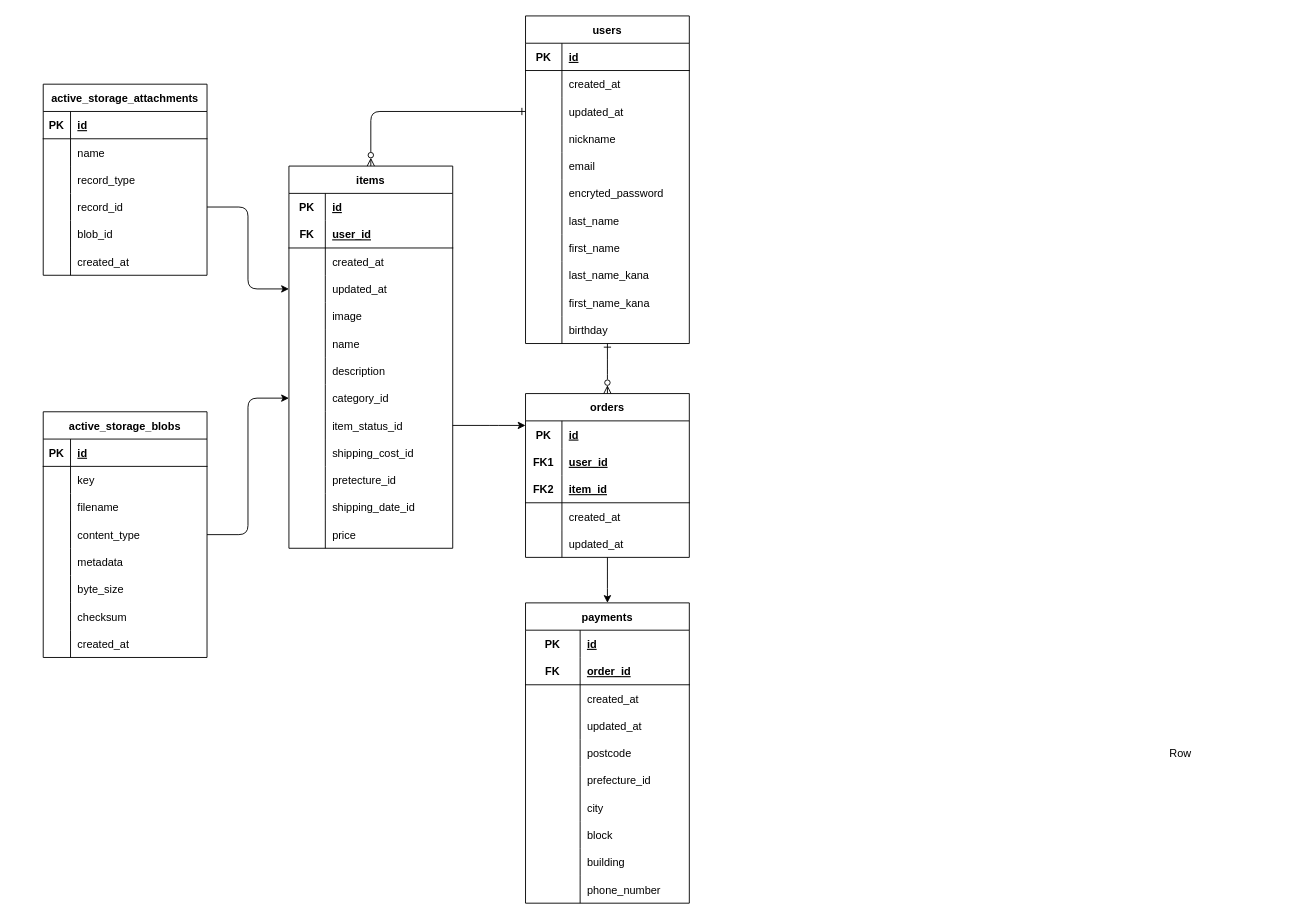
Above: furima.dio in claves1012/furima-40538 (draw.io), before the change. Source tidied: cells renumbered, new cells numbered last; positions are measured from the earlier drawing's top-left corner, leaving out a move shared by most shapes. Both pictures are drawn from the tidied source at 91%, with x=0, y=0 at pixel (43, 15).
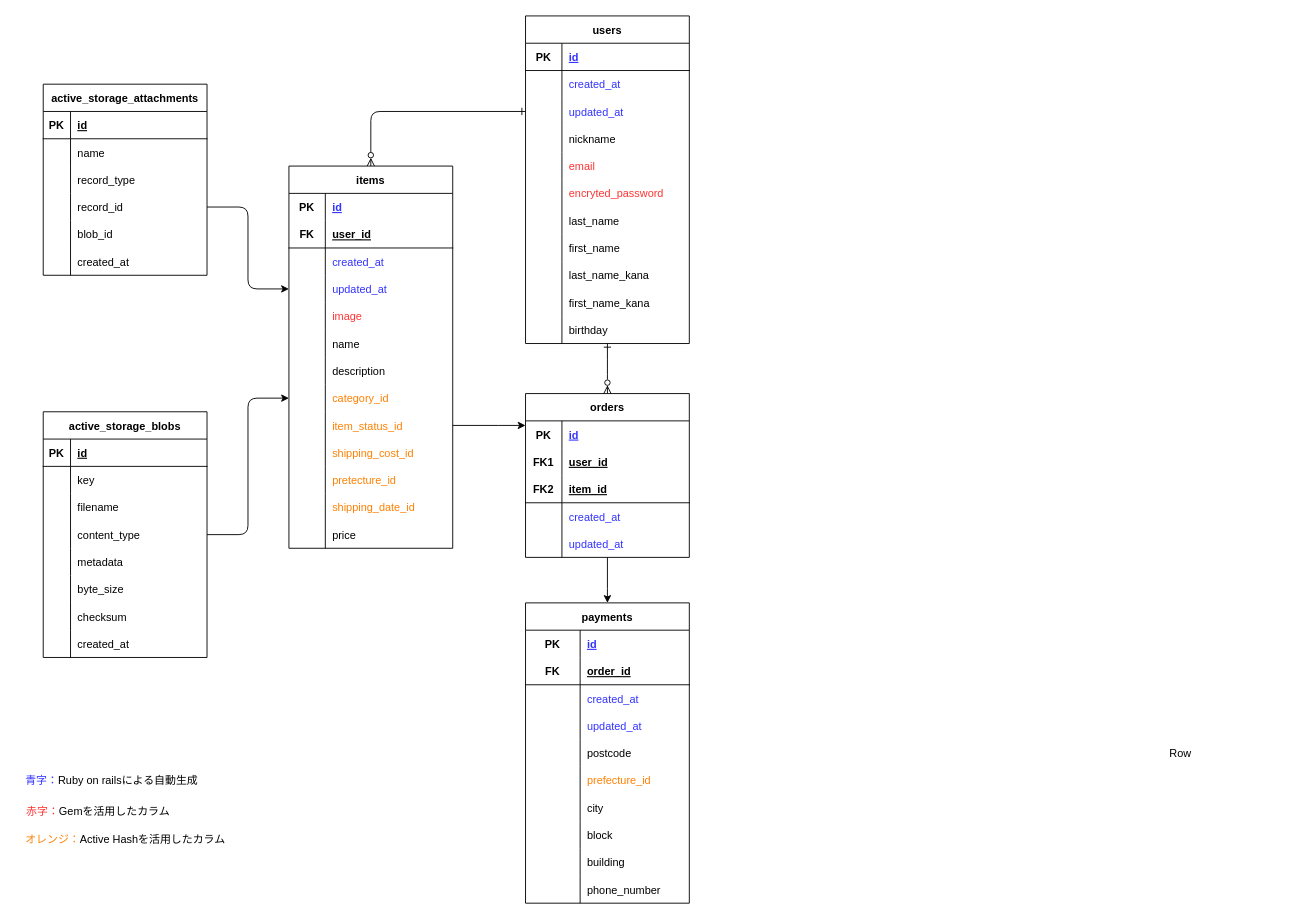
The same diagram, later.

Unchanged cells that the change refers to:
```xml
<mxCell id="3" style="shape=tableRow;horizontal=0;startSize=0;swimlaneHead=0;swimlaneBody=0;fillColor=none;top=0;left=0;right=0;bottom=0;strokeColor=default;" parent="2" vertex="1">
  <mxGeometry y="30" width="180" height="30" as="geometry" />
</mxCell>
<mxCell id="9" style="shape=tableRow;horizontal=0;startSize=0;swimlaneHead=0;swimlaneBody=0;fillColor=none;top=0;left=0;right=0;bottom=0;strokeColor=default;" parent="2" vertex="1">
  <mxGeometry y="90" width="180" height="30" as="geometry" />
</mxCell>
<mxCell id="12" style="shape=tableRow;horizontal=0;startSize=0;swimlaneHead=0;swimlaneBody=0;fillColor=none;points=[[0,0.5],[1,0.5]];portConstraint=eastwest;top=0;left=0;right=0;bottom=0;strokeColor=default;" parent="2" vertex="1">
  <mxGeometry y="120" width="180" height="30" as="geometry" />
</mxCell>
<mxCell id="15" style="shape=tableRow;horizontal=0;startSize=0;swimlaneHead=0;swimlaneBody=0;fillColor=none;top=0;left=0;right=0;bottom=0;strokeColor=default;" parent="2" vertex="1">
  <mxGeometry y="150" width="180" height="30" as="geometry" />
</mxCell>
<mxCell id="24" style="shape=tableRow;horizontal=0;startSize=0;swimlaneHead=0;swimlaneBody=0;fillColor=none;points=[[0,0.5],[1,0.5]];portConstraint=eastwest;top=0;left=0;right=0;bottom=0;strokeColor=default;" parent="2" vertex="1">
  <mxGeometry y="240" width="180" height="30" as="geometry" />
</mxCell>
<mxCell id="27" style="shape=tableRow;horizontal=0;startSize=0;swimlaneHead=0;swimlaneBody=0;fillColor=none;points=[[0,0.5],[1,0.5]];portConstraint=eastwest;top=0;left=0;right=0;bottom=0;strokeColor=default;" parent="2" vertex="1">
  <mxGeometry y="270" width="180" height="30" as="geometry" />
</mxCell>
<mxCell id="30" style="shape=tableRow;horizontal=0;startSize=0;swimlaneHead=0;swimlaneBody=0;fillColor=none;top=0;left=0;right=0;bottom=0;strokeColor=default;" parent="2" vertex="1">
  <mxGeometry y="300" width="180" height="30" as="geometry" />
</mxCell>
<mxCell id="33" style="shape=tableRow;horizontal=0;startSize=0;swimlaneHead=0;swimlaneBody=0;fillColor=none;top=0;left=0;right=0;bottom=0;strokeColor=default;" parent="2" vertex="1">
  <mxGeometry y="330" width="180" height="30" as="geometry" />
</mxCell>
<mxCell id="36" style="shape=tableRow;horizontal=0;startSize=0;swimlaneHead=0;swimlaneBody=0;fillColor=none;top=0;left=0;right=0;bottom=0;strokeColor=default;" parent="2" vertex="1">
  <mxGeometry y="360" width="180" height="30" as="geometry" />
</mxCell>
<mxCell id="45" style="shape=tableRow;horizontal=0;startSize=0;swimlaneHead=0;swimlaneBody=0;fillColor=none;top=0;left=0;right=0;bottom=1;strokeColor=default;" parent="44" vertex="1">
  <mxGeometry y="30" width="180" height="30" as="geometry" />
</mxCell>
<mxCell id="48" style="shape=tableRow;horizontal=0;startSize=0;swimlaneHead=0;swimlaneBody=0;fillColor=none;top=0;left=0;right=0;bottom=0;strokeColor=default;" parent="44" vertex="1">
  <mxGeometry y="60" width="180" height="30" as="geometry" />
</mxCell>
<mxCell id="51" style="shape=tableRow;horizontal=0;startSize=0;swimlaneHead=0;swimlaneBody=0;fillColor=none;points=[[0,0.5],[1,0.5]];portConstraint=eastwest;top=0;left=0;right=0;bottom=0;strokeColor=default;" parent="44" vertex="1">
  <mxGeometry y="90" width="180" height="30" as="geometry" />
</mxCell>
<mxCell id="57" style="shape=tableRow;horizontal=0;startSize=0;swimlaneHead=0;swimlaneBody=0;fillColor=none;top=0;left=0;right=0;bottom=0;strokeColor=default;" parent="44" vertex="1">
  <mxGeometry y="150" width="180" height="30" as="geometry" />
</mxCell>
<mxCell id="60" style="shape=tableRow;horizontal=0;startSize=0;swimlaneHead=0;swimlaneBody=0;fillColor=none;top=0;left=0;right=0;bottom=0;strokeColor=default;" parent="44" vertex="1">
  <mxGeometry y="180" width="180" height="30" as="geometry" />
</mxCell>
<mxCell id="79" style="shape=tableRow;horizontal=0;startSize=0;swimlaneHead=0;swimlaneBody=0;fillColor=none;top=0;left=0;right=0;bottom=1;strokeColor=none;" parent="78" vertex="1">
  <mxGeometry y="30" width="180" height="30" as="geometry" />
</mxCell>
<mxCell id="82" style="shape=tableRow;horizontal=0;startSize=0;swimlaneHead=0;swimlaneBody=0;fillColor=none;top=0;left=0;right=0;bottom=0;strokeColor=default;" parent="78" vertex="1">
  <mxGeometry y="60" width="180" height="30" as="geometry" />
</mxCell>
<mxCell id="88" style="shape=tableRow;horizontal=0;startSize=0;swimlaneHead=0;swimlaneBody=0;fillColor=none;top=0;left=0;right=0;bottom=0;strokeColor=default;" parent="78" vertex="1">
  <mxGeometry y="120" width="180" height="30" as="geometry" />
</mxCell>
<mxCell id="91" style="shape=tableRow;horizontal=0;startSize=0;swimlaneHead=0;swimlaneBody=0;fillColor=none;points=[[0,0.5],[1,0.5]];portConstraint=eastwest;top=0;left=0;right=0;bottom=0;strokeColor=default;" parent="78" vertex="1">
  <mxGeometry y="150" width="180" height="30" as="geometry" />
</mxCell>
<mxCell id="95" style="shape=tableRow;horizontal=0;startSize=0;swimlaneHead=0;swimlaneBody=0;fillColor=none;top=0;left=0;right=0;bottom=0;strokeColor=default;" parent="94" vertex="1">
  <mxGeometry y="30" width="180" height="30" as="geometry" />
</mxCell>
<mxCell id="101" style="shape=tableRow;horizontal=0;startSize=0;swimlaneHead=0;swimlaneBody=0;fillColor=none;top=0;left=0;right=0;bottom=0;strokeColor=default;" parent="94" vertex="1">
  <mxGeometry y="90" width="180" height="30" as="geometry" />
</mxCell>
<mxCell id="104" style="shape=tableRow;horizontal=0;startSize=0;swimlaneHead=0;swimlaneBody=0;fillColor=none;top=0;left=0;right=0;bottom=0;strokeColor=default;" parent="94" vertex="1">
  <mxGeometry y="120" width="180" height="30" as="geometry" />
</mxCell>
<mxCell id="110" style="shape=tableRow;horizontal=0;startSize=0;swimlaneHead=0;swimlaneBody=0;fillColor=none;top=0;left=0;right=0;bottom=0;strokeColor=default;" parent="94" vertex="1">
  <mxGeometry y="180" width="180" height="30" as="geometry" />
</mxCell>
```

What changed in the source:
```diff
@@
-    <mxCell id="5" value="id" style="shape=partialRectangle;fillColor=none;top=0;left=0;bottom=0;right=0;align=left;spacingLeft=6;fontStyle=5;overflow=hidden;strokeColor=default;" parent="3" vertex="1">
+    <mxCell id="5" value="id" style="shape=partialRectangle;fillColor=none;top=0;left=0;bottom=0;right=0;align=left;spacingLeft=6;fontStyle=5;overflow=hidden;strokeColor=default;fontColor=#3333FF;" parent="3" vertex="1">
       <mxGeometry x="40" width="140" height="30" as="geometry" />
     </mxCell>
@@
-    <mxCell id="11" value="created_at" style="shape=partialRectangle;fillColor=none;top=0;left=0;bottom=0;right=0;align=left;spacingLeft=6;overflow=hidden;strokeColor=default;" parent="9" vertex="1">
+    <mxCell id="11" value="created_at" style="shape=partialRectangle;fillColor=none;top=0;left=0;bottom=0;right=0;align=left;spacingLeft=6;overflow=hidden;strokeColor=default;fontColor=#3333FF;" parent="9" vertex="1">
       <mxGeometry x="40" width="140" height="30" as="geometry" />
     </mxCell>
@@
-    <mxCell id="14" value="updated_at" style="shape=partialRectangle;fillColor=none;top=0;left=0;bottom=0;right=0;align=left;spacingLeft=6;overflow=hidden;strokeColor=default;" parent="12" vertex="1">
+    <mxCell id="14" value="updated_at" style="shape=partialRectangle;fillColor=none;top=0;left=0;bottom=0;right=0;align=left;spacingLeft=6;overflow=hidden;strokeColor=default;fontColor=#3333FF;" parent="12" vertex="1">
       <mxGeometry x="40" width="140" height="30" as="geometry" />
     </mxCell>
@@
-    <mxCell id="17" value="image" style="shape=partialRectangle;fillColor=none;top=0;left=0;bottom=0;right=0;align=left;spacingLeft=6;overflow=hidden;strokeColor=default;" parent="15" vertex="1">
+    <mxCell id="17" value="image" style="shape=partialRectangle;fillColor=none;top=0;left=0;bottom=0;right=0;align=left;spacingLeft=6;overflow=hidden;strokeColor=default;fontColor=#FF3333;" parent="15" vertex="1">
       <mxGeometry x="40" width="140" height="30" as="geometry" />
     </mxCell>
@@
-    <mxCell id="26" value="category_id" style="shape=partialRectangle;fillColor=none;top=0;left=0;bottom=0;right=0;align=left;spacingLeft=6;overflow=hidden;strokeColor=default;" parent="24" vertex="1">
+    <mxCell id="26" value="category_id" style="shape=partialRectangle;fillColor=none;top=0;left=0;bottom=0;right=0;align=left;spacingLeft=6;overflow=hidden;strokeColor=default;fontColor=#FF8000;" parent="24" vertex="1">
       <mxGeometry x="40" width="140" height="30" as="geometry" />
     </mxCell>
@@
-    <mxCell id="29" value="item_status_id" style="shape=partialRectangle;fillColor=none;top=0;left=0;bottom=0;right=0;align=left;spacingLeft=6;overflow=hidden;strokeColor=default;" parent="27" vertex="1">
+    <mxCell id="29" value="item_status_id" style="shape=partialRectangle;fillColor=none;top=0;left=0;bottom=0;right=0;align=left;spacingLeft=6;overflow=hidden;strokeColor=default;fontColor=#FF8000;" parent="27" vertex="1">
       <mxGeometry x="40" width="140" height="30" as="geometry" />
     </mxCell>
@@
-    <mxCell id="32" value="shipping_cost_id" style="shape=partialRectangle;fillColor=none;top=0;left=0;bottom=0;right=0;align=left;spacingLeft=6;overflow=hidden;strokeColor=default;" parent="30" vertex="1">
+    <mxCell id="32" value="shipping_cost_id" style="shape=partialRectangle;fillColor=none;top=0;left=0;bottom=0;right=0;align=left;spacingLeft=6;overflow=hidden;strokeColor=default;fontColor=#FF8000;" parent="30" vertex="1">
       <mxGeometry x="40" width="140" height="30" as="geometry" />
     </mxCell>
@@
-    <mxCell id="35" value="pretecture_id" style="shape=partialRectangle;fillColor=none;top=0;left=0;bottom=0;right=0;align=left;spacingLeft=6;overflow=hidden;strokeColor=default;" parent="33" vertex="1">
+    <mxCell id="35" value="pretecture_id" style="shape=partialRectangle;fillColor=none;top=0;left=0;bottom=0;right=0;align=left;spacingLeft=6;overflow=hidden;strokeColor=default;fontColor=#FF8000;" parent="33" vertex="1">
       <mxGeometry x="40" width="140" height="30" as="geometry" />
     </mxCell>
@@
-    <mxCell id="38" value="shipping_date_id" style="shape=partialRectangle;fillColor=none;top=0;left=0;bottom=0;right=0;align=left;spacingLeft=6;overflow=hidden;strokeColor=default;" parent="36" vertex="1">
+    <mxCell id="38" value="shipping_date_id" style="shape=partialRectangle;fillColor=none;top=0;left=0;bottom=0;right=0;align=left;spacingLeft=6;overflow=hidden;strokeColor=default;fontColor=#FF8000;" parent="36" vertex="1">
       <mxGeometry x="40" width="140" height="30" as="geometry" />
     </mxCell>
@@
-    <mxCell id="47" value="id" style="shape=partialRectangle;fillColor=none;top=0;left=0;bottom=0;right=0;align=left;spacingLeft=6;fontStyle=5;overflow=hidden;strokeColor=default;" parent="45" vertex="1">
+    <mxCell id="47" value="id" style="shape=partialRectangle;fillColor=none;top=0;left=0;bottom=0;right=0;align=left;spacingLeft=6;fontStyle=5;overflow=hidden;strokeColor=default;fontColor=#3333FF;" parent="45" vertex="1">
       <mxGeometry x="40" width="140" height="30" as="geometry" />
     </mxCell>
@@
-    <mxCell id="50" value="created_at" style="shape=partialRectangle;fillColor=none;top=0;left=0;bottom=0;right=0;align=left;spacingLeft=6;overflow=hidden;strokeColor=default;" parent="48" vertex="1">
+    <mxCell id="50" value="created_at" style="shape=partialRectangle;fillColor=none;top=0;left=0;bottom=0;right=0;align=left;spacingLeft=6;overflow=hidden;strokeColor=default;fontColor=#3333FF;" parent="48" vertex="1">
       <mxGeometry x="40" width="140" height="30" as="geometry" />
     </mxCell>
@@
-    <mxCell id="53" value="updated_at" style="shape=partialRectangle;fillColor=none;top=0;left=0;bottom=0;right=0;align=left;spacingLeft=6;overflow=hidden;strokeColor=default;" parent="51" vertex="1">
+    <mxCell id="53" value="updated_at" style="shape=partialRectangle;fillColor=none;top=0;left=0;bottom=0;right=0;align=left;spacingLeft=6;overflow=hidden;strokeColor=default;fontColor=#3333FF;" parent="51" vertex="1">
       <mxGeometry x="40" width="140" height="30" as="geometry" />
     </mxCell>
@@
-    <mxCell id="59" value="email" style="shape=partialRectangle;fillColor=none;top=0;left=0;bottom=0;right=0;align=left;spacingLeft=6;overflow=hidden;strokeColor=default;" parent="57" vertex="1">
+    <mxCell id="59" value="email" style="shape=partialRectangle;fillColor=none;top=0;left=0;bottom=0;right=0;align=left;spacingLeft=6;overflow=hidden;strokeColor=default;fontColor=#FF3333;" parent="57" vertex="1">
       <mxGeometry x="40" width="140" height="30" as="geometry" />
     </mxCell>
@@
-    <mxCell id="62" value="encryted_password" style="shape=partialRectangle;fillColor=none;top=0;left=0;bottom=0;right=0;align=left;spacingLeft=6;overflow=hidden;strokeColor=default;" parent="60" vertex="1">
+    <mxCell id="62" value="encryted_password" style="shape=partialRectangle;fillColor=none;top=0;left=0;bottom=0;right=0;align=left;spacingLeft=6;overflow=hidden;strokeColor=default;fontColor=#FF3333;" parent="60" vertex="1">
       <mxGeometry x="40" width="140" height="30" as="geometry" />
     </mxCell>
@@
-    <mxCell id="81" value="id" style="shape=partialRectangle;fillColor=none;top=0;left=0;bottom=0;right=0;align=left;spacingLeft=6;fontStyle=5;overflow=hidden;strokeColor=default;" parent="79" vertex="1">
+    <mxCell id="81" value="id" style="shape=partialRectangle;fillColor=none;top=0;left=0;bottom=0;right=0;align=left;spacingLeft=6;fontStyle=5;overflow=hidden;strokeColor=default;fontColor=#3333ff;" parent="79" vertex="1">
       <mxGeometry x="40" width="140" height="30" as="geometry" />
     </mxCell>
@@
-    <mxCell id="84" value="user_id" style="shape=partialRectangle;fillColor=none;top=0;left=0;bottom=0;right=0;align=left;spacingLeft=6;fontStyle=5;overflow=hidden;strokeColor=default;" parent="82" vertex="1">
+    <mxCell id="84" value="user_id" style="shape=partialRectangle;fillColor=none;top=0;left=0;bottom=0;right=0;align=left;spacingLeft=6;fontStyle=5;overflow=hidden;strokeColor=default;fontColor=#000000;" parent="82" vertex="1">
       <mxGeometry x="40" width="140" height="30" as="geometry" />
     </mxCell>
@@
-    <mxCell id="90" value="created_at" style="shape=partialRectangle;fillColor=none;top=0;left=0;bottom=0;right=0;align=left;spacingLeft=6;overflow=hidden;strokeColor=default;" parent="88" vertex="1">
+    <mxCell id="90" value="created_at" style="shape=partialRectangle;fillColor=none;top=0;left=0;bottom=0;right=0;align=left;spacingLeft=6;overflow=hidden;strokeColor=default;fontColor=#3333ff;" parent="88" vertex="1">
       <mxGeometry x="40" width="140" height="30" as="geometry" />
     </mxCell>
@@
-    <mxCell id="93" value="updated_at" style="shape=partialRectangle;fillColor=none;top=0;left=0;bottom=0;right=0;align=left;spacingLeft=6;overflow=hidden;strokeColor=default;" parent="91" vertex="1">
+    <mxCell id="93" value="updated_at" style="shape=partialRectangle;fillColor=none;top=0;left=0;bottom=0;right=0;align=left;spacingLeft=6;overflow=hidden;strokeColor=default;fontColor=#3333ff;" parent="91" vertex="1">
       <mxGeometry x="40" width="140" height="30" as="geometry" />
     </mxCell>
@@
-    <mxCell id="97" value="id" style="shape=partialRectangle;fillColor=none;top=0;left=0;bottom=0;right=0;align=left;spacingLeft=6;fontStyle=5;overflow=hidden;strokeColor=default;" parent="95" vertex="1">
+    <mxCell id="97" value="id" style="shape=partialRectangle;fillColor=none;top=0;left=0;bottom=0;right=0;align=left;spacingLeft=6;fontStyle=5;overflow=hidden;strokeColor=default;fontColor=#3333ff;" parent="95" vertex="1">
       <mxGeometry x="60" width="120" height="30" as="geometry" />
     </mxCell>
@@
-    <mxCell id="103" value="created_at" style="shape=partialRectangle;fillColor=none;top=0;left=0;bottom=0;right=0;align=left;spacingLeft=6;overflow=hidden;strokeColor=default;" parent="101" vertex="1">
+    <mxCell id="103" value="created_at" style="shape=partialRectangle;fillColor=none;top=0;left=0;bottom=0;right=0;align=left;spacingLeft=6;overflow=hidden;strokeColor=default;fontColor=#3333ff;" parent="101" vertex="1">
       <mxGeometry x="60" width="120" height="30" as="geometry" />
     </mxCell>
@@
-    <mxCell id="106" value="updated_at" style="shape=partialRectangle;fillColor=none;top=0;left=0;bottom=0;right=0;align=left;spacingLeft=6;overflow=hidden;strokeColor=default;" parent="104" vertex="1">
+    <mxCell id="106" value="updated_at" style="shape=partialRectangle;fillColor=none;top=0;left=0;bottom=0;right=0;align=left;spacingLeft=6;overflow=hidden;strokeColor=default;fontColor=#3333ff;" parent="104" vertex="1">
       <mxGeometry x="60" width="120" height="30" as="geometry" />
     </mxCell>
@@
-    <mxCell id="112" value="prefecture_id" style="shape=partialRectangle;fillColor=none;top=0;left=0;bottom=0;right=0;align=left;spacingLeft=6;overflow=hidden;strokeColor=default;" parent="110" vertex="1">
+    <mxCell id="112" value="prefecture_id" style="shape=partialRectangle;fillColor=none;top=0;left=0;bottom=0;right=0;align=left;spacingLeft=6;overflow=hidden;strokeColor=default;fontColor=#FF8000;" parent="110" vertex="1">
       <mxGeometry x="60" width="120" height="30" as="geometry" />
     </mxCell>
@@
+    <mxCell id="179" value="&lt;font color=&quot;#3333ff&quot;&gt;青字：&lt;/font&gt;&lt;font color=&quot;#000000&quot;&gt;Ruby on railsによる自動生成&lt;/font&gt;" style="text;html=1;align=center;verticalAlign=middle;strokeColor=none;fillColor=none;fontColor=#FF8000;" parent="1" vertex="1">
+      <mxGeometry x="-30" y="825" width="210" height="30" as="geometry" />
+    </mxCell>
+    <mxCell id="180" value="&lt;font color=&quot;#ff3333&quot;&gt;赤字：&lt;/font&gt;Gemを活用したカラム" style="text;html=1;align=center;verticalAlign=middle;strokeColor=none;fillColor=none;fontColor=#000000;" parent="1" vertex="1">
+      <mxGeometry x="-30" y="860" width="180" height="30" as="geometry" />
+    </mxCell>
+    <mxCell id="181" value="&lt;font color=&quot;#ff8000&quot;&gt;オレンジ：&lt;/font&gt;&lt;font color=&quot;#000000&quot;&gt;Active Hashを活用したカラム&lt;/font&gt;" style="text;html=1;align=center;verticalAlign=middle;strokeColor=none;fillColor=none;fontColor=#FF3333;" parent="1" vertex="1">
+      <mxGeometry x="-30" y="890" width="240" height="30" as="geometry" />
+    </mxCell>
```
